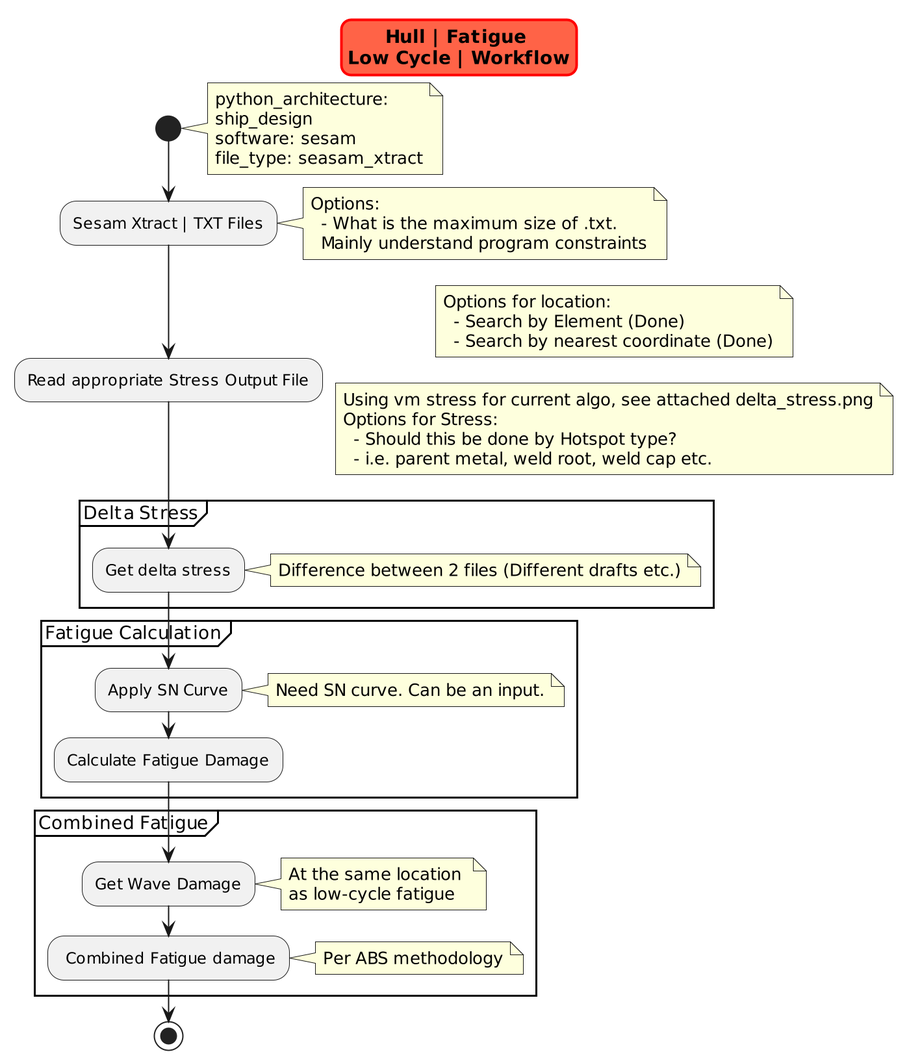
This is docs/ship_design/low_cycle_fatigue_workflow.png from vamseeachanta/digitalmodel, a PlantUML export, as it was before one commit.
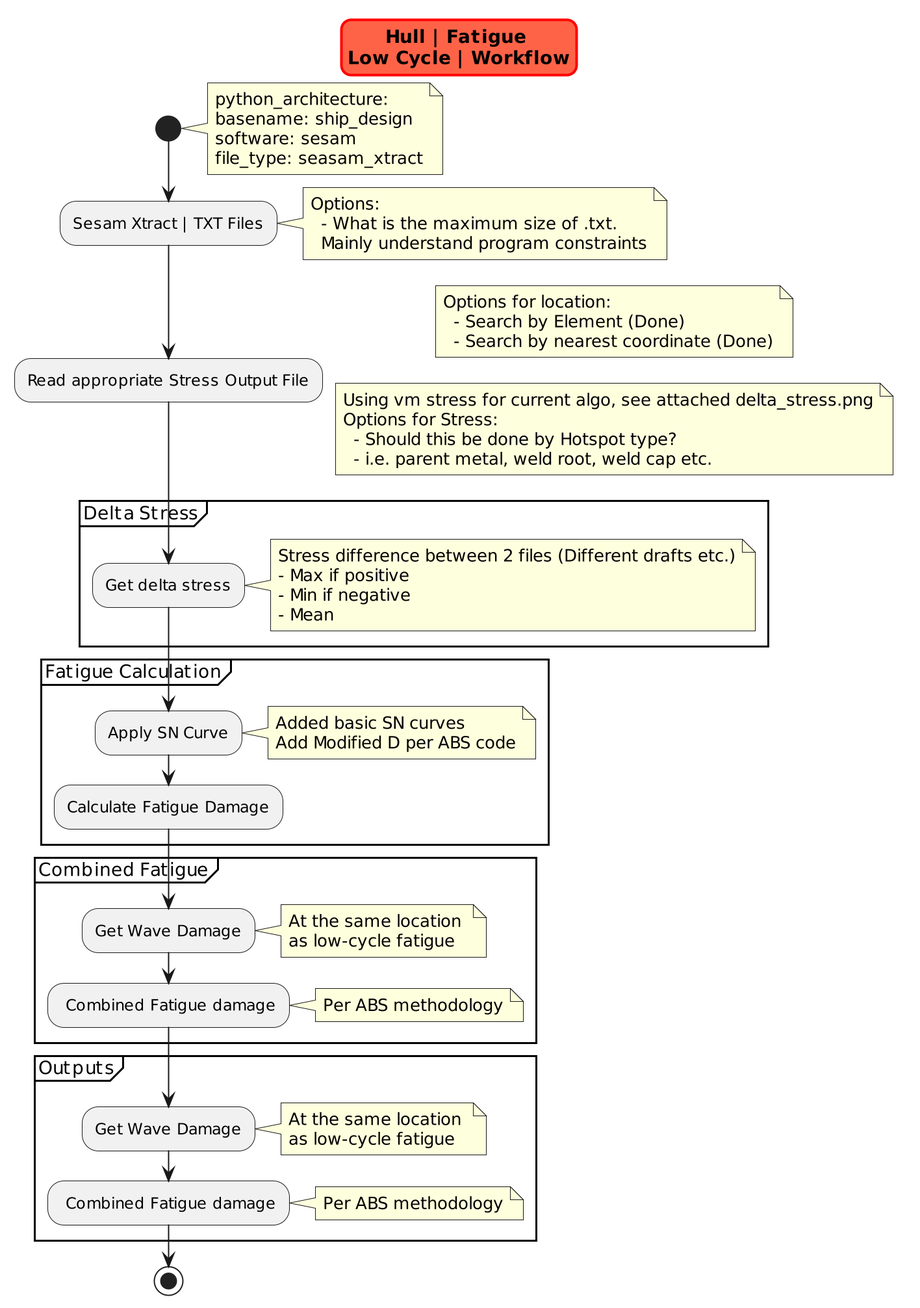
Above is the later version.

Change to the diagram source:
```diff
@@ -11,7 +11,7 @@
 
   note right
   python_architecture:
-  ship_design
+  basename: ship_design
   software: sesam
   file_type: seasam_xtract
   end note
@@ -41,7 +41,10 @@
 
 :Get delta stress;
   note right
-  Difference between 2 files (Different drafts etc.)
+  Stress difference between 2 files (Different drafts etc.)
+  - Max if positive
+  - Min if negative
+  - Mean
   end note
 
 }
@@ -50,7 +53,8 @@
 
 :Apply SN Curve;
   note right
-  Need SN curve. Can be an input.
+  Added basic SN curves
+  Add Modified D per ABS code
   end note
 
 :Calculate Fatigue Damage;
@@ -73,5 +77,20 @@
 
 }
 
+partition Outputs {
+
+:Get Wave Damage;
+  note right
+  At the same location
+  as low-cycle fatigue
+  end note
+
+: Combined Fatigue damage;
+  note right
+  Per ABS methodology
+  end note
+
+}
+
 stop
 @enduml
```
